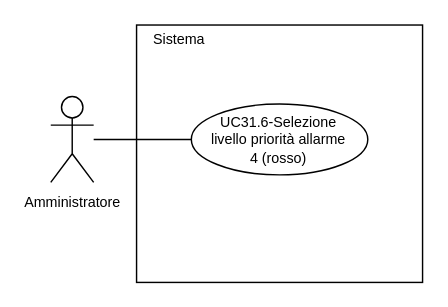
Above: 2-RTB/Analisi_dei_requisiti/draw.io/UC31.6.drawio in SnakeByteTeam/snakebyteteam.github.io (draw.io), before the change. Source tidied: cells renumbered, new cells numbered last; positions are measured from the earlier drawing's top-left corner, leaving out a move shared by most shapes. Both pictures are drawn from the tidied source at 143%, with x=0, y=0 at pixel (50, 24).
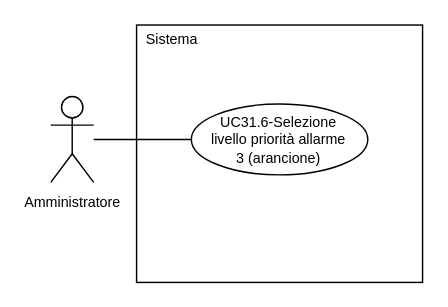
After the change.

What changed in the source:
```diff
@@
 <mxGraphModel>
   <root>
     <mxCell id="0" />
     <mxCell id="1" parent="0" />
     <mxCell id="2" value="&lt;font style=&quot;font-size: 10px; line-height: 100%;&quot;&gt;Amministratore&lt;/font&gt;" style="shape=umlActor;verticalLabelPosition=bottom;verticalAlign=top;html=1;outlineConnect=0;" parent="1" vertex="1">
       <mxGeometry y="50" width="30" height="60" as="geometry" />
     </mxCell>
     <mxCell id="3" style="rounded=0;whiteSpace=wrap;html=1;" parent="1" vertex="1">
       <mxGeometry x="60" width="200" height="180" as="geometry" />
     </mxCell>
     <mxCell id="4" style="edgeStyle=orthogonalEdgeStyle;rounded=0;jettySize=auto;html=1;exitX=0;exitY=0.5;exitDx=0;exitDy=0;endArrow=none;endFill=0;" parent="1" edge="1" source="5" target="2">
       <mxGeometry relative="1" as="geometry" />
     </mxCell>
-    <mxCell id="5" value="&lt;div style=&quot;line-height: 100%;&quot;&gt;&lt;font style=&quot;line-height: 100%; font-size: 10px;&quot;&gt;UC31.6-Selezione&lt;/font&gt;&lt;/div&gt;&lt;div style=&quot;line-height: 100%;&quot;&gt;&lt;font style=&quot;line-height: 100%; font-size: 10px;&quot;&gt;livello priorità&amp;nbsp;&lt;/font&gt;&lt;span style=&quot;font-size: 10px; background-color: transparent; color: light-dark(rgb(0, 0, 0), rgb(255, 255, 255));&quot;&gt;allarme&lt;/span&gt;&lt;/div&gt;&lt;div style=&quot;line-height: 100%;&quot;&gt;&lt;span style=&quot;font-size: 10px; background-color: transparent; color: light-dark(rgb(0, 0, 0), rgb(255, 255, 255));&quot;&gt;4 (rosso)&lt;/span&gt;&lt;/div&gt;" style="ellipse;whiteSpace=wrap;html=1;" parent="1" vertex="1">
+    <mxCell id="5" value="&lt;div style=&quot;line-height: 100%;&quot;&gt;&lt;font style=&quot;line-height: 100%; font-size: 10px;&quot;&gt;UC31.6-Selezione&lt;/font&gt;&lt;/div&gt;&lt;div style=&quot;line-height: 100%;&quot;&gt;&lt;font style=&quot;line-height: 100%; font-size: 10px;&quot;&gt;livello priorità&amp;nbsp;&lt;/font&gt;&lt;span style=&quot;font-size: 10px; background-color: transparent; color: light-dark(rgb(0, 0, 0), rgb(255, 255, 255));&quot;&gt;allarme&lt;/span&gt;&lt;/div&gt;&lt;div style=&quot;line-height: 100%;&quot;&gt;&lt;span style=&quot;font-size: 10px; background-color: transparent; color: light-dark(rgb(0, 0, 0), rgb(255, 255, 255));&quot;&gt;3 (arancione)&lt;/span&gt;&lt;/div&gt;" style="ellipse;whiteSpace=wrap;html=1;" parent="1" vertex="1">
       <mxGeometry x="98.3" y="55.2" width="123.4" height="49.6" as="geometry" />
     </mxCell>
     <mxCell id="6" value="&lt;font style=&quot;font-size: 10px;&quot;&gt;Sistema&lt;/font&gt;" style="text;html=1;whiteSpace=wrap;strokeColor=none;fillColor=none;align=center;verticalAlign=middle;rounded=0;" parent="1" vertex="1">
-      <mxGeometry x="60" width="60" height="20" as="geometry" />
+      <mxGeometry x="60" width="50" height="20" as="geometry" />
     </mxCell>
   </root>
 </mxGraphModel>
```
